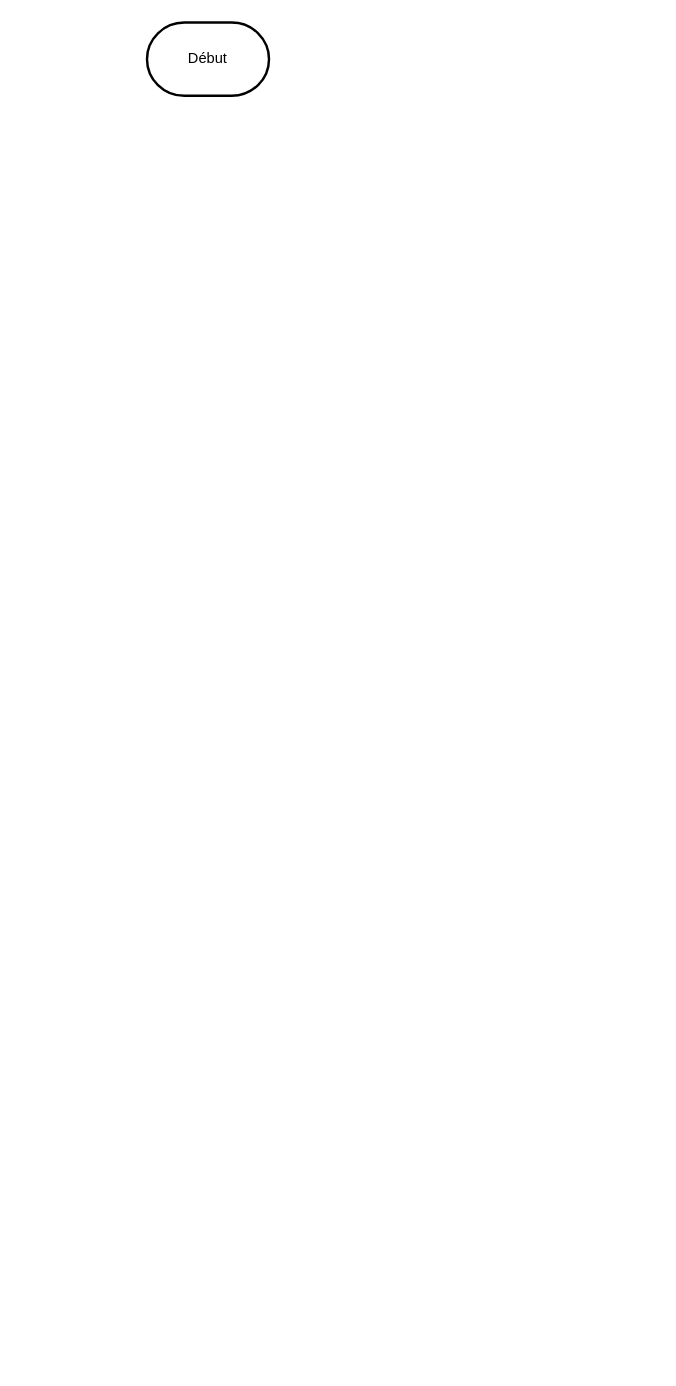
Above: Documentation/Diagrammes/Diagramme de flux - Projet Web.drawio in J0rg321/Projet_Web (draw.io), before the change. Source tidied: cells renumbered, new cells numbered last; positions are measured from the earlier drawing's top-left corner, leaving out a move shared by most shapes. Both pictures are drawn from the tidied source at 122%, with x=0, y=0 at pixel (146, 22).
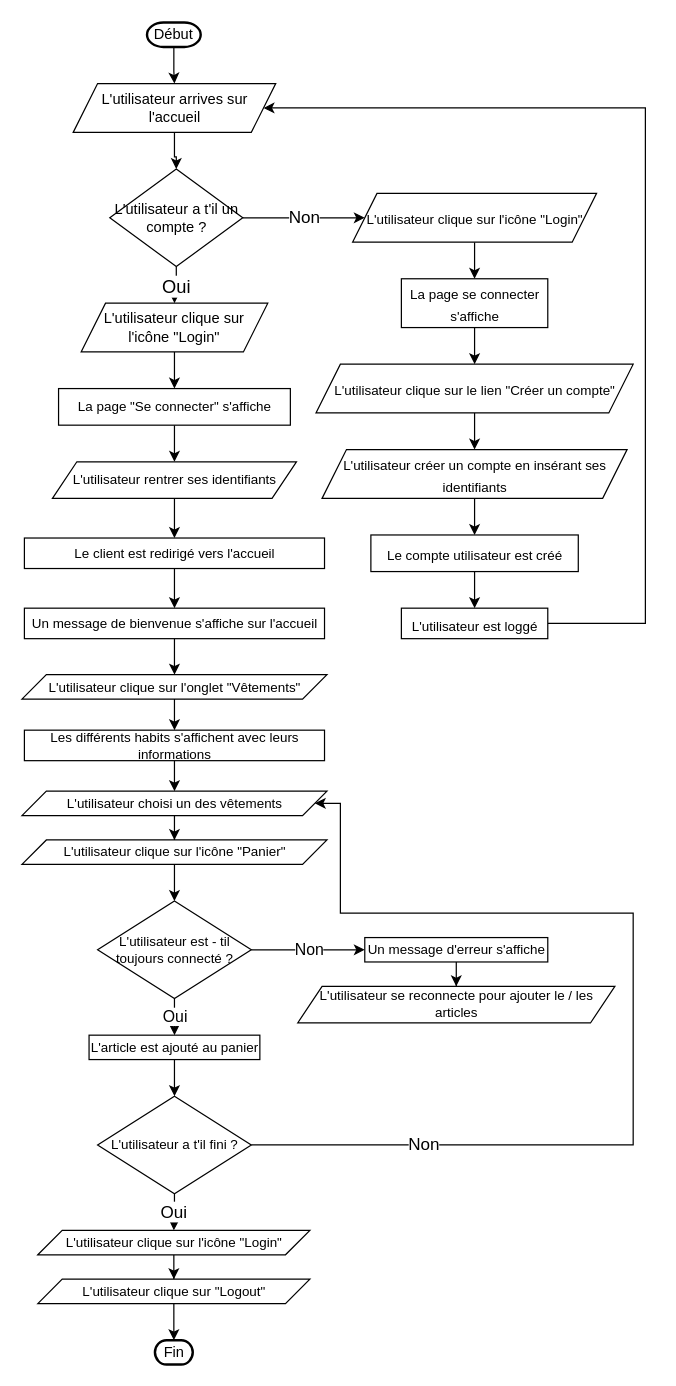
Above is the later version.

Commit message (it also covers changes not shown here):
Modification de la doc et nouveau diagramme

The edit, as a diff of the source:
```diff
@@
+    <mxCell id="3" style="edgeStyle=orthogonalEdgeStyle;rounded=0;jettySize=auto;html=1;entryX=0.5;entryY=0;entryDx=0;entryDy=0;" parent="1" edge="1" source="2" target="5">
+      <mxGeometry relative="1" as="geometry" />
+    </mxCell>
     <mxCell id="2" value="Début" style="strokeWidth=2;html=1;shape=mxgraph.flowchart.terminator;whiteSpace=wrap;" parent="1" vertex="1">
-      <mxGeometry width="100" height="60" as="geometry" />
+      <mxGeometry width="44" height="20" as="geometry" />
     </mxCell>
+    <mxCell id="4" style="edgeStyle=orthogonalEdgeStyle;rounded=0;jettySize=auto;html=1;entryX=0.5;entryY=0;entryDx=0;entryDy=0;" parent="1" edge="1" source="5" target="8">
+      <mxGeometry relative="1" as="geometry" />
+    </mxCell>
+    <mxCell id="5" value="L'utilisateur arrives sur l'accueil" style="shape=parallelogram;perimeter=parallelogramPerimeter;whiteSpace=wrap;html=1;fixedSize=1;" parent="1" vertex="1">
+      <mxGeometry x="-60.5" y="50" width="166" height="40" as="geometry" />
+    </mxCell>
+    <mxCell id="6" value="&lt;font style=&quot;font-size: 15px;&quot;&gt;Oui&lt;/font&gt;" style="edgeStyle=orthogonalEdgeStyle;rounded=0;jettySize=auto;html=1;entryX=0.5;entryY=0;entryDx=0;entryDy=0;" parent="1" edge="1" source="8" target="10">
+      <mxGeometry relative="1" as="geometry" />
+    </mxCell>
+    <mxCell id="7" value="&lt;font style=&quot;font-size: 14px;&quot;&gt;Non&lt;/font&gt;" style="edgeStyle=orthogonalEdgeStyle;rounded=0;jettySize=auto;html=1;entryX=0;entryY=0.5;entryDx=0;entryDy=0;fontSize=11;" parent="1" edge="1" source="8" target="13">
+      <mxGeometry relative="1" as="geometry" />
+    </mxCell>
+    <mxCell id="8" value="L'utilisateur a t'il un compte ?" style="rhombus;whiteSpace=wrap;html=1;" parent="1" vertex="1">
+      <mxGeometry x="-30.5" y="120" width="109" height="80" as="geometry" />
+    </mxCell>
+    <mxCell id="9" style="edgeStyle=orthogonalEdgeStyle;rounded=0;jettySize=auto;html=1;entryX=0.5;entryY=0;entryDx=0;entryDy=0;fontSize=11;" parent="1" edge="1" source="10" target="25">
+      <mxGeometry relative="1" as="geometry" />
+    </mxCell>
+    <mxCell id="10" value="L'utilisateur clique sur l'icône &quot;Login&quot;" style="shape=parallelogram;perimeter=parallelogramPerimeter;whiteSpace=wrap;html=1;fixedSize=1;" parent="1" vertex="1">
+      <mxGeometry x="-54" y="230" width="153" height="40" as="geometry" />
+    </mxCell>
+    <mxCell id="11" style="edgeStyle=orthogonalEdgeStyle;rounded=0;orthogonalLoop=1;jettySize=auto;html=1;exitX=0.5;exitY=1;exitDx=0;exitDy=0;" parent="1" edge="1" source="8" target="8">
+      <mxGeometry relative="1" as="geometry" />
+    </mxCell>
+    <mxCell id="12" style="edgeStyle=orthogonalEdgeStyle;rounded=0;jettySize=auto;html=1;entryX=0.5;entryY=0;entryDx=0;entryDy=0;fontSize=11;" parent="1" edge="1" source="13" target="15">
+      <mxGeometry relative="1" as="geometry" />
+    </mxCell>
+    <mxCell id="13" value="&lt;font style=&quot;font-size: 11px;&quot;&gt;L'utilisateur clique sur l'icône &quot;Login&quot;&lt;/font&gt;" style="shape=parallelogram;perimeter=parallelogramPerimeter;whiteSpace=wrap;html=1;fixedSize=1;fontSize=15;" parent="1" vertex="1">
+      <mxGeometry x="168.5" y="140" width="200" height="40" as="geometry" />
+    </mxCell>
+    <mxCell id="14" style="edgeStyle=orthogonalEdgeStyle;rounded=0;jettySize=auto;html=1;fontSize=11;" parent="1" edge="1" source="15" target="17">
+      <mxGeometry relative="1" as="geometry" />
+    </mxCell>
+    <mxCell id="15" value="&lt;font style=&quot;font-size: 11px;&quot;&gt;La page se connecter s'affiche&lt;/font&gt;" style="whiteSpace=wrap;html=1;fontSize=15;" parent="1" vertex="1">
+      <mxGeometry x="208.5" y="210" width="120" height="40" as="geometry" />
+    </mxCell>
+    <mxCell id="16" style="edgeStyle=orthogonalEdgeStyle;rounded=0;jettySize=auto;html=1;fontSize=11;" parent="1" edge="1" source="17" target="19">
+      <mxGeometry relative="1" as="geometry" />
+    </mxCell>
+    <mxCell id="17" value="&lt;font style=&quot;font-size: 11px;&quot;&gt;L'utilisateur clique sur le lien &quot;Créer un compte&quot;&lt;/font&gt;" style="shape=parallelogram;perimeter=parallelogramPerimeter;whiteSpace=wrap;html=1;fixedSize=1;fontSize=15;" parent="1" vertex="1">
+      <mxGeometry x="138.5" y="280" width="260" height="40" as="geometry" />
+    </mxCell>
+    <mxCell id="18" style="edgeStyle=orthogonalEdgeStyle;rounded=0;jettySize=auto;html=1;entryX=0.5;entryY=0;entryDx=0;entryDy=0;fontSize=11;" parent="1" edge="1" source="19" target="21">
+      <mxGeometry relative="1" as="geometry" />
+    </mxCell>
+    <mxCell id="19" value="&lt;font style=&quot;font-size: 11px;&quot;&gt;L'utilisateur créer un compte en insérant ses identifiants&lt;/font&gt;" style="shape=parallelogram;perimeter=parallelogramPerimeter;whiteSpace=wrap;html=1;fixedSize=1;fontSize=15;" parent="1" vertex="1">
+      <mxGeometry x="143.5" y="350" width="250" height="40" as="geometry" />
+    </mxCell>
+    <mxCell id="20" style="edgeStyle=orthogonalEdgeStyle;rounded=0;jettySize=auto;html=1;fontSize=11;" parent="1" edge="1" source="21" target="23">
+      <mxGeometry relative="1" as="geometry" />
+    </mxCell>
+    <mxCell id="21" value="&lt;font style=&quot;font-size: 11px;&quot;&gt;Le compte utilisateur est créé&lt;/font&gt;" style="whiteSpace=wrap;html=1;fontSize=15;" parent="1" vertex="1">
+      <mxGeometry x="183.5" y="420" width="170" height="30" as="geometry" />
+    </mxCell>
+    <mxCell id="22" style="edgeStyle=orthogonalEdgeStyle;rounded=0;jettySize=auto;html=1;entryX=1;entryY=0.5;entryDx=0;entryDy=0;fontSize=11;" parent="1" edge="1" source="23" target="5">
+      <mxGeometry relative="1" as="geometry">
+        <Array as="points">
+          <mxPoint x="408.5" y="493" />
+          <mxPoint x="408.5" y="70" />
+        </Array>
+      </mxGeometry>
+    </mxCell>
+    <mxCell id="23" value="&lt;font style=&quot;font-size: 11px;&quot;&gt;L'utilisateur est loggé&lt;/font&gt;" style="whiteSpace=wrap;html=1;fontSize=15;" parent="1" vertex="1">
+      <mxGeometry x="208.5" y="480" width="120" height="25" as="geometry" />
+    </mxCell>
+    <mxCell id="24" style="edgeStyle=orthogonalEdgeStyle;rounded=0;jettySize=auto;html=1;fontSize=11;" parent="1" edge="1" source="25" target="27">
+      <mxGeometry relative="1" as="geometry" />
+    </mxCell>
+    <mxCell id="25" value="La page &quot;Se connecter&quot; s'affiche" style="whiteSpace=wrap;html=1;fontSize=11;" parent="1" vertex="1">
+      <mxGeometry x="-72.5" y="300" width="190" height="30" as="geometry" />
+    </mxCell>
+    <mxCell id="26" style="edgeStyle=orthogonalEdgeStyle;rounded=0;jettySize=auto;html=1;fontSize=11;" parent="1" edge="1" source="27" target="29">
+      <mxGeometry relative="1" as="geometry" />
+    </mxCell>
+    <mxCell id="27" value="L'utilisateur rentrer ses identifiants" style="shape=parallelogram;perimeter=parallelogramPerimeter;whiteSpace=wrap;html=1;fixedSize=1;fontSize=11;" parent="1" vertex="1">
+      <mxGeometry x="-77.5" y="360" width="200" height="30" as="geometry" />
+    </mxCell>
+    <mxCell id="28" style="edgeStyle=orthogonalEdgeStyle;rounded=0;jettySize=auto;html=1;entryX=0.5;entryY=0;entryDx=0;entryDy=0;fontSize=11;" parent="1" edge="1" source="29" target="31">
+      <mxGeometry relative="1" as="geometry" />
+    </mxCell>
+    <mxCell id="29" value="Le client est redirigé vers l'accueil" style="whiteSpace=wrap;html=1;fontSize=11;" parent="1" vertex="1">
+      <mxGeometry x="-100.5" y="422.5" width="246" height="25" as="geometry" />
+    </mxCell>
+    <mxCell id="30" style="edgeStyle=orthogonalEdgeStyle;rounded=0;jettySize=auto;html=1;fontSize=11;" parent="1" edge="1" source="31" target="33">
+      <mxGeometry relative="1" as="geometry" />
+    </mxCell>
+    <mxCell id="31" value="Un message de bienvenue s'affiche sur l'accueil" style="whiteSpace=wrap;html=1;fontSize=11;" parent="1" vertex="1">
+      <mxGeometry x="-100.5" y="480" width="246" height="25" as="geometry" />
+    </mxCell>
+    <mxCell id="32" style="edgeStyle=orthogonalEdgeStyle;rounded=0;jettySize=auto;html=1;entryX=0.5;entryY=0;entryDx=0;entryDy=0;fontSize=11;" parent="1" edge="1" source="33" target="35">
+      <mxGeometry relative="1" as="geometry" />
+    </mxCell>
+    <mxCell id="33" value="L'utilisateur clique sur l'onglet &quot;Vêtements&quot;" style="shape=parallelogram;perimeter=parallelogramPerimeter;whiteSpace=wrap;html=1;fixedSize=1;fontSize=11;" parent="1" vertex="1">
+      <mxGeometry x="-102.5" y="534.5" width="250" height="20" as="geometry" />
+    </mxCell>
+    <mxCell id="34" style="edgeStyle=orthogonalEdgeStyle;rounded=0;jettySize=auto;html=1;entryX=0.5;entryY=0;entryDx=0;entryDy=0;fontSize=11;" parent="1" edge="1" source="35" target="37">
+      <mxGeometry relative="1" as="geometry" />
+    </mxCell>
+    <mxCell id="35" value="Les différents habits s'affichent avec leurs informations" style="whiteSpace=wrap;html=1;fontSize=11;" parent="1" vertex="1">
+      <mxGeometry x="-100.5" y="580" width="246" height="25" as="geometry" />
+    </mxCell>
+    <mxCell id="36" style="edgeStyle=orthogonalEdgeStyle;rounded=0;jettySize=auto;html=1;entryX=0.5;entryY=0;entryDx=0;entryDy=0;fontSize=11;" parent="1" edge="1" source="37" target="39">
+      <mxGeometry relative="1" as="geometry" />
+    </mxCell>
+    <mxCell id="37" value="L'utilisateur choisi un des vêtements" style="shape=parallelogram;perimeter=parallelogramPerimeter;whiteSpace=wrap;html=1;fixedSize=1;fontSize=11;" parent="1" vertex="1">
+      <mxGeometry x="-102.5" y="630" width="250" height="20" as="geometry" />
+    </mxCell>
+    <mxCell id="38" style="edgeStyle=orthogonalEdgeStyle;rounded=0;jettySize=auto;html=1;entryX=0.5;entryY=0;entryDx=0;entryDy=0;fontSize=11;" parent="1" edge="1" source="39" target="42">
+      <mxGeometry relative="1" as="geometry" />
+    </mxCell>
+    <mxCell id="39" value="L'utilisateur clique sur l'icône &quot;Panier&quot;" style="shape=parallelogram;perimeter=parallelogramPerimeter;whiteSpace=wrap;html=1;fixedSize=1;fontSize=11;" parent="1" vertex="1">
+      <mxGeometry x="-102.5" y="670" width="250" height="20" as="geometry" />
+    </mxCell>
+    <mxCell id="40" value="&lt;font style=&quot;font-size: 13px;&quot;&gt;Oui&lt;/font&gt;" style="edgeStyle=orthogonalEdgeStyle;rounded=0;jettySize=auto;html=1;entryX=0.5;entryY=0;entryDx=0;entryDy=0;fontSize=11;" parent="1" edge="1" source="42" target="44">
+      <mxGeometry relative="1" as="geometry" />
+    </mxCell>
+    <mxCell id="41" value="Non" style="edgeStyle=orthogonalEdgeStyle;rounded=0;jettySize=auto;html=1;fontSize=13;entryX=0;entryY=0.5;entryDx=0;entryDy=0;" parent="1" edge="1" source="42" target="46">
+      <mxGeometry relative="1" as="geometry" />
+    </mxCell>
+    <mxCell id="42" value="L'utilisateur est - til toujours connecté ?" style="rhombus;whiteSpace=wrap;html=1;fontSize=11;" parent="1" vertex="1">
+      <mxGeometry x="-40.5" y="720" width="126" height="80" as="geometry" />
+    </mxCell>
+    <mxCell id="43" style="edgeStyle=orthogonalEdgeStyle;rounded=0;jettySize=auto;html=1;entryX=0.5;entryY=0;entryDx=0;entryDy=0;fontSize=14;endArrow=classic;endFill=1;" parent="1" edge="1" source="44" target="50">
+      <mxGeometry relative="1" as="geometry" />
+    </mxCell>
+    <mxCell id="44" value="L'article est ajouté au panier" style="whiteSpace=wrap;html=1;fontSize=11;" parent="1" vertex="1">
+      <mxGeometry x="-47.5" y="830" width="140" height="20" as="geometry" />
+    </mxCell>
+    <mxCell id="45" style="edgeStyle=orthogonalEdgeStyle;rounded=0;jettySize=auto;html=1;entryX=0.5;entryY=0;entryDx=0;entryDy=0;fontSize=11;endArrow=classic;endFill=1;" parent="1" edge="1" source="46" target="47">
+      <mxGeometry relative="1" as="geometry" />
+    </mxCell>
+    <mxCell id="46" value="&lt;font style=&quot;font-size: 11px;&quot;&gt;Un message d'erreur s'affiche&lt;/font&gt;" style="whiteSpace=wrap;html=1;fontSize=11;" parent="1" vertex="1">
+      <mxGeometry x="178.5" y="750" width="150" height="20" as="geometry" />
+    </mxCell>
+    <mxCell id="47" value="L'utilisateur se reconnecte pour ajouter le / les articles" style="shape=parallelogram;perimeter=parallelogramPerimeter;whiteSpace=wrap;html=1;fixedSize=1;fontSize=11;" parent="1" vertex="1">
+      <mxGeometry x="123.5" y="790" width="260" height="30" as="geometry" />
+    </mxCell>
+    <mxCell id="48" value="Non" style="edgeStyle=orthogonalEdgeStyle;rounded=0;jettySize=auto;html=1;entryX=1;entryY=0.5;entryDx=0;entryDy=0;fontSize=14;endArrow=classic;endFill=1;" parent="1" edge="1" source="50" target="37">
+      <mxGeometry x="-0.67" relative="1" as="geometry">
+        <Array as="points">
+          <mxPoint x="398.5" y="920" />
+          <mxPoint x="398.5" y="730" />
+          <mxPoint x="158.5" y="730" />
+          <mxPoint x="158.5" y="640" />
+        </Array>
+      </mxGeometry>
+    </mxCell>
+    <mxCell id="49" value="Oui" style="edgeStyle=orthogonalEdgeStyle;rounded=0;jettySize=auto;html=1;entryX=0.5;entryY=0;entryDx=0;entryDy=0;fontSize=14;endArrow=classic;endFill=1;" parent="1" edge="1" source="50" target="52">
+      <mxGeometry relative="1" as="geometry">
+        <Array as="points">
+          <mxPoint x="22.5" y="970" />
+          <mxPoint x="22.5" y="970" />
+        </Array>
+      </mxGeometry>
+    </mxCell>
+    <mxCell id="50" value="L'utilisateur a t'il fini ?" style="rhombus;whiteSpace=wrap;html=1;fontSize=11;" parent="1" vertex="1">
+      <mxGeometry x="-40.5" y="880" width="126" height="80" as="geometry" />
+    </mxCell>
+    <mxCell id="51" style="edgeStyle=orthogonalEdgeStyle;rounded=0;jettySize=auto;html=1;entryX=0.5;entryY=0;entryDx=0;entryDy=0;fontSize=14;endArrow=classic;endFill=1;" parent="1" edge="1" source="52" target="54">
+      <mxGeometry relative="1" as="geometry" />
+    </mxCell>
+    <mxCell id="52" value="L'utilisateur clique sur l'icône &quot;Login&quot;" style="shape=parallelogram;perimeter=parallelogramPerimeter;whiteSpace=wrap;html=1;fixedSize=1;fontSize=11;" parent="1" vertex="1">
+      <mxGeometry x="-89.5" y="990" width="223" height="20" as="geometry" />
+    </mxCell>
+    <mxCell id="53" style="edgeStyle=orthogonalEdgeStyle;rounded=0;jettySize=auto;html=1;entryX=0.5;entryY=0;entryDx=0;entryDy=0;entryPerimeter=0;fontSize=14;endArrow=classic;endFill=1;" parent="1" edge="1" source="54" target="55">
+      <mxGeometry relative="1" as="geometry" />
+    </mxCell>
+    <mxCell id="54" value="L'utilisateur clique sur &quot;Logout&quot;" style="shape=parallelogram;perimeter=parallelogramPerimeter;whiteSpace=wrap;html=1;fixedSize=1;fontSize=11;" parent="1" vertex="1">
+      <mxGeometry x="-89.5" y="1030" width="223" height="20" as="geometry" />
+    </mxCell>
+    <mxCell id="55" value="Fin" style="strokeWidth=2;html=1;shape=mxgraph.flowchart.terminator;whiteSpace=wrap;" parent="1" vertex="1">
+      <mxGeometry x="6.5" y="1080" width="31" height="20" as="geometry" />
+    </mxCell>
```
